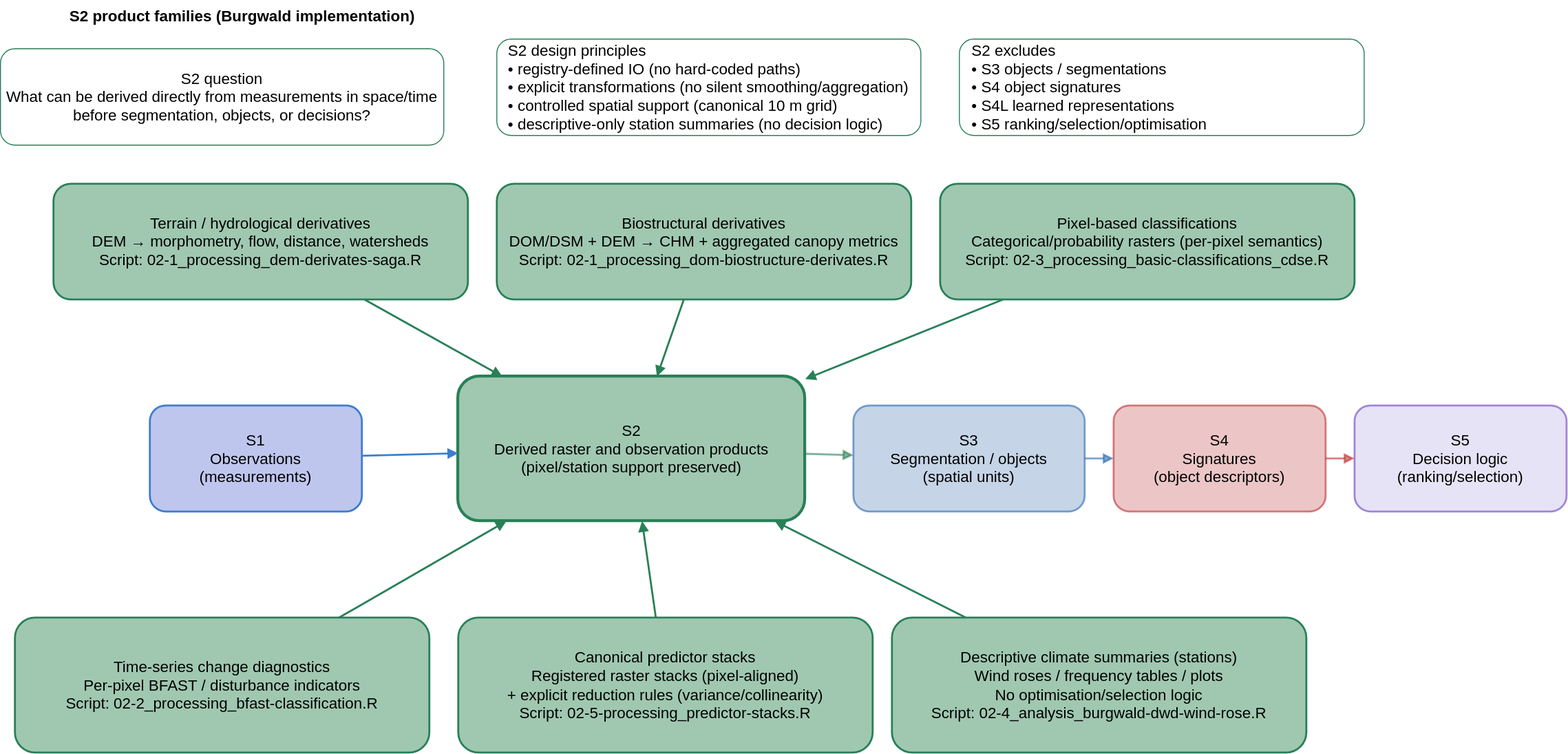
Earlier version of the draw.io export src/S2_features/images/s2.drawio.svg (gisma/LV-19-d19-006-25-R). Source tidied: cells renumbered, new cells last; positions are measured from the earlier drawing's top-left corner, leaving out a move shared by most shapes. Its diagram source:
```xml
<mxGraphModel>
  <root>
    <mxCell id="0" />
    <mxCell id="1" parent="0" />
    <mxCell id="2" value="S1&#10;Observations&#10;(measurements)" style="rounded=1;whiteSpace=wrap;html=1;strokeWidth=2;fillColor=#BFC6EE;strokeColor=#3D7ECF;fontSize=16;" parent="1" vertex="1">
      <mxGeometry x="155" y="420" width="220" height="110" as="geometry" />
    </mxCell>
    <mxCell id="3" value="S2&#10;Derived raster and observation products&#10;(pixel/station support preserved)" style="rounded=1;whiteSpace=wrap;html=1;strokeWidth=3;fillColor=#A0C8B0;strokeColor=#288058;fontSize=16;" parent="1" vertex="1">
      <mxGeometry x="475" y="390" width="360" height="150" as="geometry" />
    </mxCell>
    <mxCell id="4" value="S3&#10;Segmentation / objects&#10;(spatial units)" style="rounded=1;whiteSpace=wrap;html=1;strokeWidth=2;opacity=60;fillColor=#A0B8D8;strokeColor=#2868B0;fontSize=16;" parent="1" vertex="1">
      <mxGeometry x="885" y="420" width="240" height="110" as="geometry" />
    </mxCell>
    <mxCell id="5" value="S4&#10;Signatures&#10;(object descriptors)" style="rounded=1;whiteSpace=wrap;html=1;strokeWidth=2;opacity=60;fillColor=#E0A0A0;strokeColor=#C03030;fontSize=16;" parent="1" vertex="1">
      <mxGeometry x="1155" y="420" width="220" height="110" as="geometry" />
    </mxCell>
    <mxCell id="6" value="S5&#10;Decision logic&#10;(ranking/selection)" style="rounded=1;whiteSpace=wrap;html=1;strokeWidth=2;opacity=60;fillColor=#D8D0F0;strokeColor=#6840C0;fontSize=16;" parent="1" vertex="1">
      <mxGeometry x="1405" y="420" width="220" height="110" as="geometry" />
    </mxCell>
    <mxCell id="7" style="endArrow=block;html=1;strokeWidth=2;strokeColor=#3D7ECF;fontSize=16;" parent="1" edge="1" source="2" target="3">
      <mxGeometry relative="1" as="geometry" />
    </mxCell>
    <mxCell id="8" style="endArrow=block;html=1;strokeWidth=2;opacity=60;strokeColor=#288058;fontSize=16;" parent="1" edge="1" source="3" target="4">
      <mxGeometry relative="1" as="geometry" />
    </mxCell>
    <mxCell id="9" style="endArrow=block;html=1;strokeWidth=2;opacity=60;strokeColor=#2868B0;fontSize=16;" parent="1" edge="1" source="4" target="5">
      <mxGeometry relative="1" as="geometry" />
    </mxCell>
    <mxCell id="10" style="endArrow=block;html=1;strokeWidth=2;opacity=60;strokeColor=#C03030;fontSize=16;" parent="1" edge="1" source="5" target="6">
      <mxGeometry relative="1" as="geometry" />
    </mxCell>
    <mxCell id="11" value="S2 question&#10;What can be derived directly from measurements in space/time&#10;before segmentation, objects, or decisions?" style="rounded=1;whiteSpace=wrap;html=1;strokeWidth=1;fillColor=#FFFFFF;strokeColor=#288058;fontSize=16;" parent="1" vertex="1">
      <mxGeometry y="50" width="460" height="100" as="geometry" />
    </mxCell>
    <mxCell id="12" value="S2 excludes&#10;• S3 objects / segmentations&#10;• S4 object signatures&#10;• S4L learned representations&#10;• S5 ranking/selection/optimisation" style="rounded=1;whiteSpace=wrap;html=1;strokeWidth=1;align=left;spacingLeft=11;fillColor=#FFFFFF;strokeColor=#288058;fontSize=16;" parent="1" vertex="1">
      <mxGeometry x="995" y="40" width="420" height="100" as="geometry" />
    </mxCell>
    <mxCell id="13" value="S2 design principles&#10;• registry-defined IO (no hard-coded paths)&#10;• explicit transformations (no silent smoothing/aggregation)&#10;• controlled spatial support (canonical 10 m grid)&#10;• descriptive-only station summaries (no decision logic)" style="rounded=1;whiteSpace=wrap;html=1;strokeWidth=1;align=left;spacingLeft=10;fillColor=#FFFFFF;strokeColor=#288058;fontSize=16;" parent="1" vertex="1">
      <mxGeometry x="515" y="40" width="440" height="100" as="geometry" />
    </mxCell>
    <mxCell id="14" value="S2 product families (Burgwald implementation)" style="text;html=1;fontStyle=1;fontSize=16;" parent="1" vertex="1">
      <mxGeometry x="70" width="600" height="30" as="geometry" />
    </mxCell>
    <mxCell id="15" value="Terrain / hydrological derivatives&#10;DEM → morphometry, flow, distance, watersheds&#10;Script: 02-1_processing_dem-derivates-saga.R" style="rounded=1;whiteSpace=wrap;html=1;strokeWidth=2;fillColor=#A0C8B0;strokeColor=#288058;fontSize=16;" parent="1" vertex="1">
      <mxGeometry x="55" y="190" width="430" height="120" as="geometry" />
    </mxCell>
    <mxCell id="16" value="Biostructural derivatives&#10;DOM/DSM + DEM → CHM + aggregated canopy metrics&#10;Script: 02-1_processing_dom-biostructure-derivates.R" style="rounded=1;whiteSpace=wrap;html=1;strokeWidth=2;fillColor=#A0C8B0;strokeColor=#288058;fontSize=16;" parent="1" vertex="1">
      <mxGeometry x="515" y="190" width="430" height="120" as="geometry" />
    </mxCell>
    <mxCell id="17" value="Pixel-based classifications&#10;Categorical/probability rasters (per-pixel semantics)&#10;Script: 02-3_processing_basic-classifications_cdse.R" style="rounded=1;whiteSpace=wrap;html=1;strokeWidth=2;fillColor=#A0C8B0;strokeColor=#288058;fontSize=16;" parent="1" vertex="1">
      <mxGeometry x="975" y="190" width="430" height="120" as="geometry" />
    </mxCell>
    <mxCell id="18" value="Time-series change diagnostics&#10;Per-pixel BFAST / disturbance indicators&#10;Script: 02-2_processing_bfast-classification.R" style="rounded=1;whiteSpace=wrap;html=1;strokeWidth=2;fillColor=#A0C8B0;strokeColor=#288058;fontSize=16;" parent="1" vertex="1">
      <mxGeometry x="15" y="640" width="430" height="140" as="geometry" />
    </mxCell>
    <mxCell id="19" value="Canonical predictor stacks&#10;Registered raster stacks (pixel-aligned)&#10;+ explicit reduction rules (variance/collinearity)&#10;Script: 02-5-processing_predictor-stacks.R" style="rounded=1;whiteSpace=wrap;html=1;strokeWidth=2;fillColor=#A0C8B0;strokeColor=#288058;fontSize=16;" parent="1" vertex="1">
      <mxGeometry x="475" y="640" width="430" height="140" as="geometry" />
    </mxCell>
    <mxCell id="20" value="Descriptive climate summaries (stations)&#10;Wind roses / frequency tables / plots&#10;No optimisation/selection logic&#10;Script: 02-4_analysis_burgwald-dwd-wind-rose.R" style="rounded=1;whiteSpace=wrap;html=1;strokeWidth=2;fillColor=#A0C8B0;strokeColor=#288058;fontSize=16;" parent="1" vertex="1">
      <mxGeometry x="925" y="640" width="430" height="140" as="geometry" />
    </mxCell>
    <mxCell id="21" style="endArrow=block;html=1;strokeWidth=2;strokeColor=#288058;fontSize=16;" parent="1" edge="1" source="15" target="3">
      <mxGeometry relative="1" as="geometry" />
    </mxCell>
    <mxCell id="22" style="endArrow=block;html=1;strokeWidth=2;strokeColor=#288058;fontSize=16;" parent="1" edge="1" source="16" target="3">
      <mxGeometry relative="1" as="geometry" />
    </mxCell>
    <mxCell id="23" style="endArrow=block;html=1;strokeWidth=2;strokeColor=#288058;fontSize=16;" parent="1" edge="1" source="17" target="3">
      <mxGeometry relative="1" as="geometry" />
    </mxCell>
    <mxCell id="24" style="endArrow=block;html=1;strokeWidth=2;strokeColor=#288058;fontSize=16;" parent="1" edge="1" source="18" target="3">
      <mxGeometry relative="1" as="geometry" />
    </mxCell>
    <mxCell id="25" style="endArrow=block;html=1;strokeWidth=2;strokeColor=#288058;fontSize=16;" parent="1" edge="1" source="19" target="3">
      <mxGeometry relative="1" as="geometry" />
    </mxCell>
    <mxCell id="26" style="endArrow=block;html=1;strokeWidth=2;strokeColor=#288058;fontSize=16;" parent="1" edge="1" source="20" target="3">
      <mxGeometry relative="1" as="geometry" />
    </mxCell>
  </root>
</mxGraphModel>
```
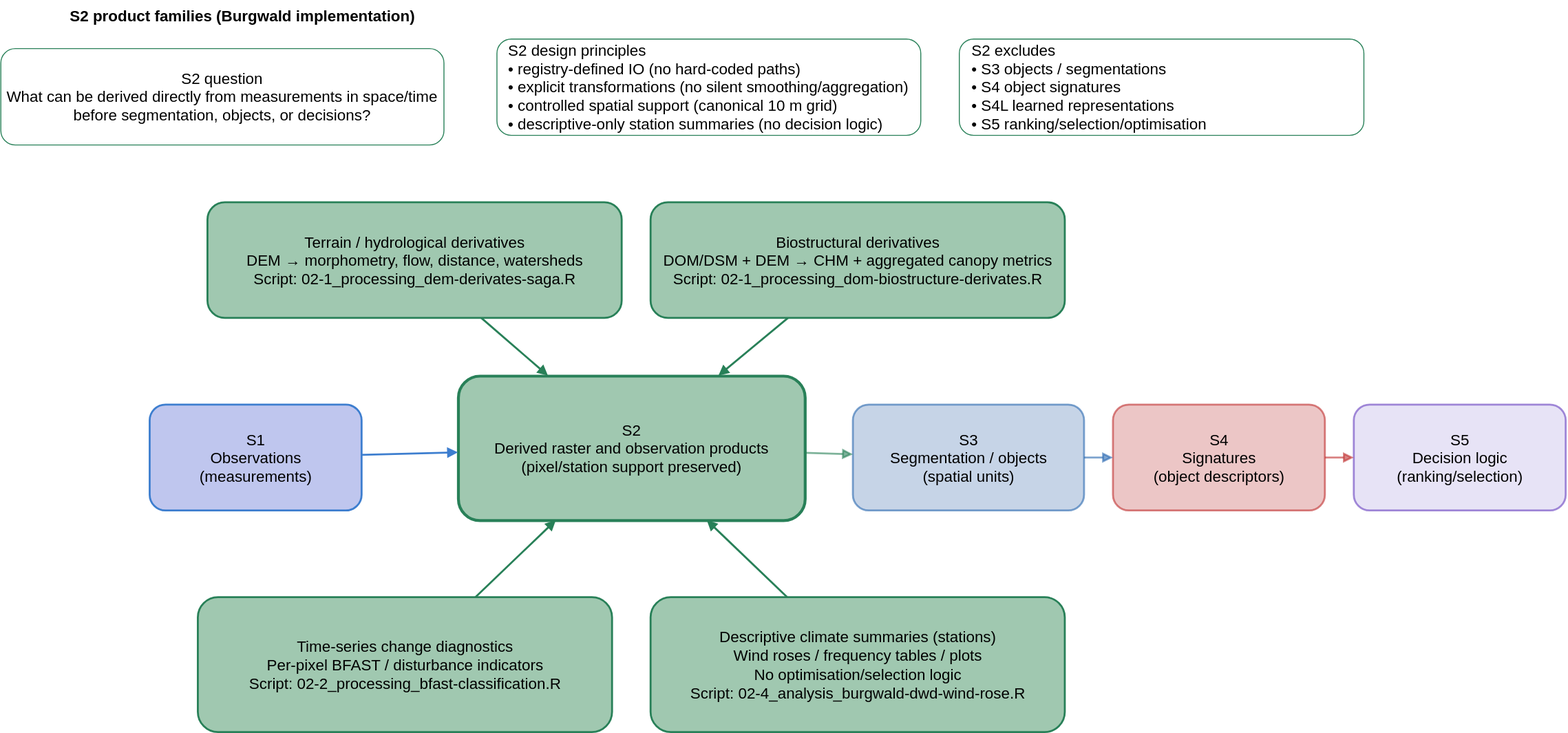
Above is the later version.

Diff of the diagram source:
```diff
@@ -42,22 +42,16 @@
       <mxGeometry x="70" width="600" height="30" as="geometry" />
     </mxCell>
     <mxCell id="15" value="Terrain / hydrological derivatives&#10;DEM → morphometry, flow, distance, watersheds&#10;Script: 02-1_processing_dem-derivates-saga.R" style="rounded=1;whiteSpace=wrap;html=1;strokeWidth=2;fillColor=#A0C8B0;strokeColor=#288058;fontSize=16;" parent="1" vertex="1">
-      <mxGeometry x="55" y="190" width="430" height="120" as="geometry" />
+      <mxGeometry x="215" y="210" width="430" height="120" as="geometry" />
     </mxCell>
     <mxCell id="16" value="Biostructural derivatives&#10;DOM/DSM + DEM → CHM + aggregated canopy metrics&#10;Script: 02-1_processing_dom-biostructure-derivates.R" style="rounded=1;whiteSpace=wrap;html=1;strokeWidth=2;fillColor=#A0C8B0;strokeColor=#288058;fontSize=16;" parent="1" vertex="1">
-      <mxGeometry x="515" y="190" width="430" height="120" as="geometry" />
+      <mxGeometry x="675" y="210" width="430" height="120" as="geometry" />
     </mxCell>
-    <mxCell id="17" value="Pixel-based classifications&#10;Categorical/probability rasters (per-pixel semantics)&#10;Script: 02-3_processing_basic-classifications_cdse.R" style="rounded=1;whiteSpace=wrap;html=1;strokeWidth=2;fillColor=#A0C8B0;strokeColor=#288058;fontSize=16;" parent="1" vertex="1">
-      <mxGeometry x="975" y="190" width="430" height="120" as="geometry" />
-    </mxCell>
     <mxCell id="18" value="Time-series change diagnostics&#10;Per-pixel BFAST / disturbance indicators&#10;Script: 02-2_processing_bfast-classification.R" style="rounded=1;whiteSpace=wrap;html=1;strokeWidth=2;fillColor=#A0C8B0;strokeColor=#288058;fontSize=16;" parent="1" vertex="1">
-      <mxGeometry x="15" y="640" width="430" height="140" as="geometry" />
+      <mxGeometry x="205" y="620" width="430" height="140" as="geometry" />
     </mxCell>
-    <mxCell id="19" value="Canonical predictor stacks&#10;Registered raster stacks (pixel-aligned)&#10;+ explicit reduction rules (variance/collinearity)&#10;Script: 02-5-processing_predictor-stacks.R" style="rounded=1;whiteSpace=wrap;html=1;strokeWidth=2;fillColor=#A0C8B0;strokeColor=#288058;fontSize=16;" parent="1" vertex="1">
-      <mxGeometry x="475" y="640" width="430" height="140" as="geometry" />
-    </mxCell>
     <mxCell id="20" value="Descriptive climate summaries (stations)&#10;Wind roses / frequency tables / plots&#10;No optimisation/selection logic&#10;Script: 02-4_analysis_burgwald-dwd-wind-rose.R" style="rounded=1;whiteSpace=wrap;html=1;strokeWidth=2;fillColor=#A0C8B0;strokeColor=#288058;fontSize=16;" parent="1" vertex="1">
-      <mxGeometry x="925" y="640" width="430" height="140" as="geometry" />
+      <mxGeometry x="675" y="620" width="430" height="140" as="geometry" />
     </mxCell>
     <mxCell id="21" style="endArrow=block;html=1;strokeWidth=2;strokeColor=#288058;fontSize=16;" parent="1" edge="1" source="15" target="3">
       <mxGeometry relative="1" as="geometry" />
@@ -65,15 +59,9 @@
     <mxCell id="22" style="endArrow=block;html=1;strokeWidth=2;strokeColor=#288058;fontSize=16;" parent="1" edge="1" source="16" target="3">
       <mxGeometry relative="1" as="geometry" />
     </mxCell>
-    <mxCell id="23" style="endArrow=block;html=1;strokeWidth=2;strokeColor=#288058;fontSize=16;" parent="1" edge="1" source="17" target="3">
-      <mxGeometry relative="1" as="geometry" />
-    </mxCell>
     <mxCell id="24" style="endArrow=block;html=1;strokeWidth=2;strokeColor=#288058;fontSize=16;" parent="1" edge="1" source="18" target="3">
       <mxGeometry relative="1" as="geometry" />
     </mxCell>
-    <mxCell id="25" style="endArrow=block;html=1;strokeWidth=2;strokeColor=#288058;fontSize=16;" parent="1" edge="1" source="19" target="3">
-      <mxGeometry relative="1" as="geometry" />
-    </mxCell>
     <mxCell id="26" style="endArrow=block;html=1;strokeWidth=2;strokeColor=#288058;fontSize=16;" parent="1" edge="1" source="20" target="3">
       <mxGeometry relative="1" as="geometry" />
     </mxCell>
```
